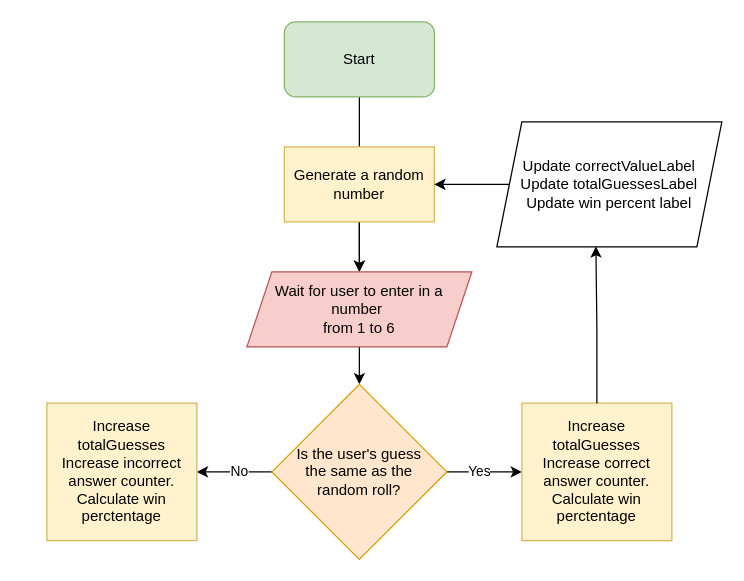
Earlier version of the draw.io diagram DiceGame.drawio (twitocode/Draw.io-Diagrams). Source tidied: cells renumbered, new cells numbered last; positions are measured from the earlier drawing's top-left corner, leaving out a move shared by most shapes. Both pictures are drawn from the tidied source at 125%, with x=0, y=0 at pixel (46, 21).
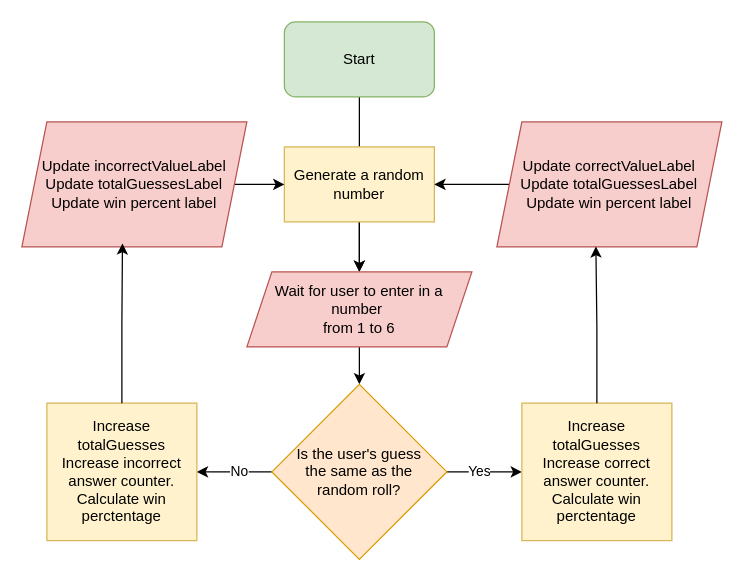
The same diagram, later.

The change refers to these unchanged cells:
```xml
<mxCell id="5" value="Generate a random number" style="rounded=0;whiteSpace=wrap;html=1;fillColor=#fff2cc;strokeColor=#d6b656;" parent="1" vertex="1">
  <mxGeometry x="190" y="100" width="120" height="60" as="geometry" />
</mxCell>
<mxCell id="13" value="&lt;div&gt;Increase totalGuesses&lt;/div&gt;Increase incorrect answer counter.&lt;div&gt;Calculate win perctentage&lt;/div&gt;" style="rounded=0;whiteSpace=wrap;html=1;fillColor=#fff2cc;strokeColor=#d6b656;" parent="1" vertex="1">
  <mxGeometry y="305" width="120" height="110" as="geometry" />
</mxCell>
```

Diff of the diagram source:
```diff
@@
-    <mxCell id="16" value="Update correctValueLabel&lt;div&gt;Update totalGuessesLabel&lt;/div&gt;&lt;div&gt;Update win percent label&lt;/div&gt;" style="shape=parallelogram;perimeter=parallelogramPerimeter;whiteSpace=wrap;html=1;fixedSize=1;" parent="1" vertex="1">
+    <mxCell id="16" value="Update correctValueLabel&lt;div&gt;Update totalGuessesLabel&lt;/div&gt;&lt;div&gt;Update win percent label&lt;/div&gt;" style="shape=parallelogram;perimeter=parallelogramPerimeter;whiteSpace=wrap;html=1;fixedSize=1;fillColor=#f8cecc;strokeColor=#b85450;" parent="1" vertex="1">
       <mxGeometry x="360" y="80" width="180" height="100" as="geometry" />
     </mxCell>
@@
+    <mxCell id="18" style="edgeStyle=orthogonalEdgeStyle;rounded=0;jettySize=auto;html=1;" parent="1" edge="1" source="19" target="5">
+      <mxGeometry relative="1" as="geometry" />
+    </mxCell>
+    <mxCell id="19" value="Update incorrectValueLabel&lt;div&gt;Update totalGuessesLabel&lt;/div&gt;&lt;div&gt;Update win percent label&lt;/div&gt;" style="shape=parallelogram;perimeter=parallelogramPerimeter;whiteSpace=wrap;html=1;fixedSize=1;fillColor=#f8cecc;strokeColor=#b85450;" parent="1" vertex="1">
+      <mxGeometry x="-20" y="80" width="180" height="100" as="geometry" />
+    </mxCell>
+    <mxCell id="20" style="edgeStyle=orthogonalEdgeStyle;rounded=0;jettySize=auto;html=1;exitX=0.5;exitY=0;exitDx=0;exitDy=0;entryX=0.447;entryY=0.972;entryDx=0;entryDy=0;entryPerimeter=0;" parent="1" edge="1" source="13" target="19">
+      <mxGeometry relative="1" as="geometry" />
+    </mxCell>
```
